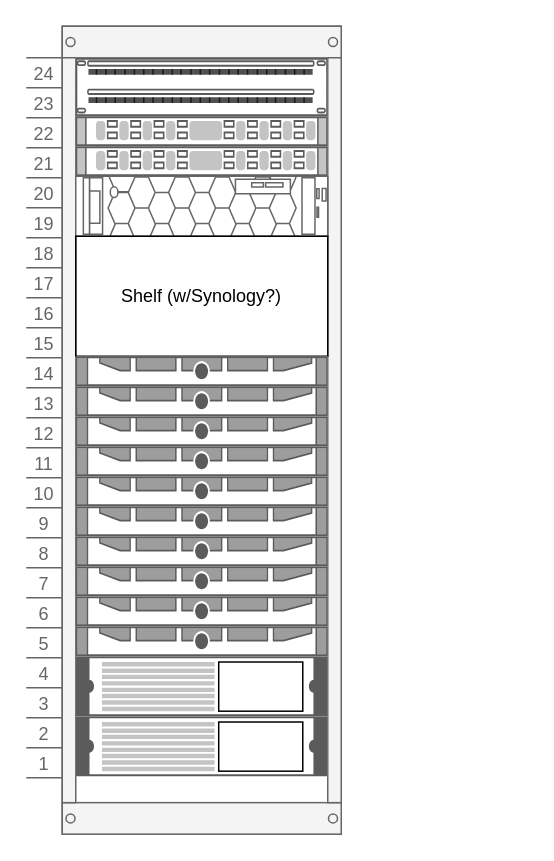
Before: Untitled Diagram.drawio in fitzitsolutions/usafitz, a draw.io diagram. Source tidied: cells renumbered, new cells numbered last; positions are measured from the earlier drawing's top-left corner, leaving out a move shared by most shapes. Both pictures are drawn from the tidied source at 150%, with x=0, y=0 at pixel (26, 26).
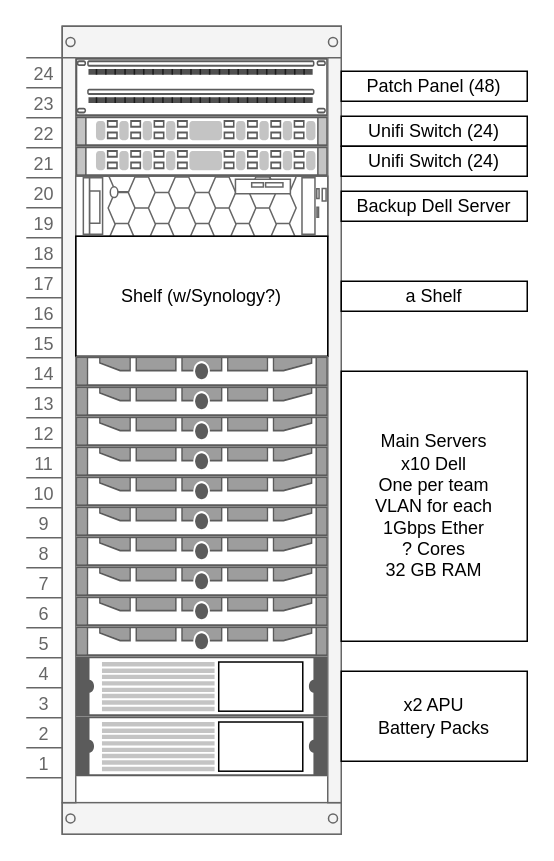
Above is the later version.

Change to the diagram source:
```diff
@@
+    <mxCell id="20" value="Patch Panel (48)" style="rounded=0;whiteSpace=wrap;html=1;strokeColor=default;strokeWidth=1;" parent="1" vertex="1">
+      <mxGeometry x="210" y="30" width="124" height="20" as="geometry" />
+    </mxCell>
+    <mxCell id="21" value="Unifi Switch (24)" style="rounded=0;whiteSpace=wrap;html=1;strokeColor=default;strokeWidth=1;" parent="1" vertex="1">
+      <mxGeometry x="210" y="60" width="124" height="20" as="geometry" />
+    </mxCell>
+    <mxCell id="22" value="Unifi Switch (24)" style="rounded=0;whiteSpace=wrap;html=1;strokeColor=default;strokeWidth=1;" parent="1" vertex="1">
+      <mxGeometry x="210" y="80" width="124" height="20" as="geometry" />
+    </mxCell>
+    <mxCell id="23" value="Backup Dell Server" style="rounded=0;whiteSpace=wrap;html=1;strokeColor=default;strokeWidth=1;" parent="1" vertex="1">
+      <mxGeometry x="210" y="110" width="124" height="20" as="geometry" />
+    </mxCell>
+    <mxCell id="24" value="a Shelf" style="rounded=0;whiteSpace=wrap;html=1;strokeColor=default;strokeWidth=1;" parent="1" vertex="1">
+      <mxGeometry x="210" y="170" width="124" height="20" as="geometry" />
+    </mxCell>
+    <mxCell id="25" value="Main Servers&lt;br&gt;x10 Dell&lt;br&gt;One per team&lt;br&gt;VLAN for each&lt;br&gt;1Gbps Ether&lt;br&gt;? Cores&lt;br&gt;32 GB RAM" style="rounded=0;whiteSpace=wrap;html=1;strokeColor=default;strokeWidth=1;" parent="1" vertex="1">
+      <mxGeometry x="210" y="230" width="124" height="180" as="geometry" />
+    </mxCell>
+    <mxCell id="26" value="x2 APU&lt;br&gt;Battery Packs" style="rounded=0;whiteSpace=wrap;html=1;strokeColor=default;strokeWidth=1;" parent="1" vertex="1">
+      <mxGeometry x="210" y="430" width="124" height="60" as="geometry" />
+    </mxCell>
```
